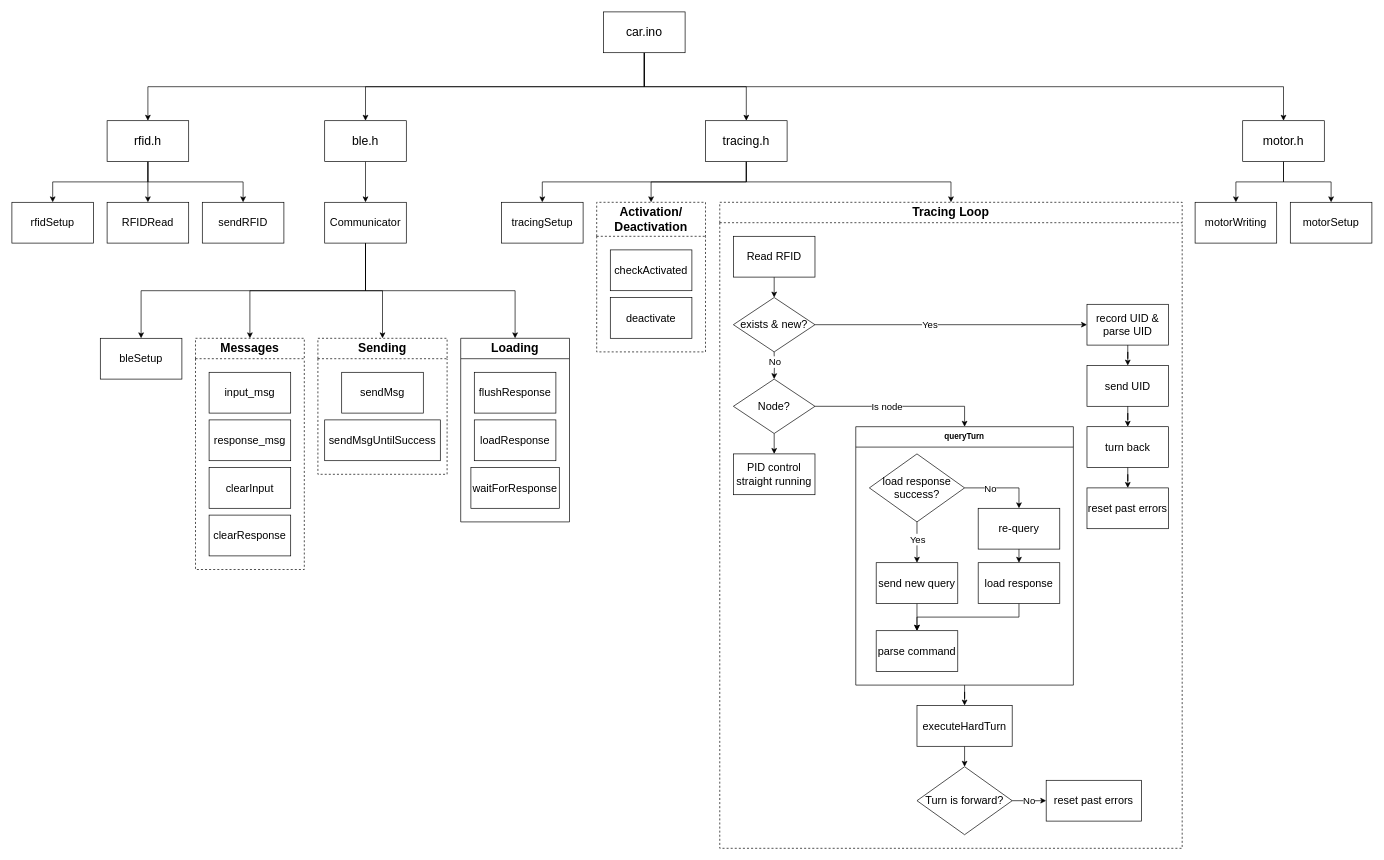
This is carcar_architecture_arduino.drawio from yeeeeeeting/CarcarCodes, a draw.io file, before an edit. Source tidied: cells renumbered, new cells numbered last; positions are measured from the earlier drawing's top-left corner, leaving out a move shared by most shapes. Both pictures are drawn from the tidied source at 68%, with x=0, y=0 at pixel (12, 12).
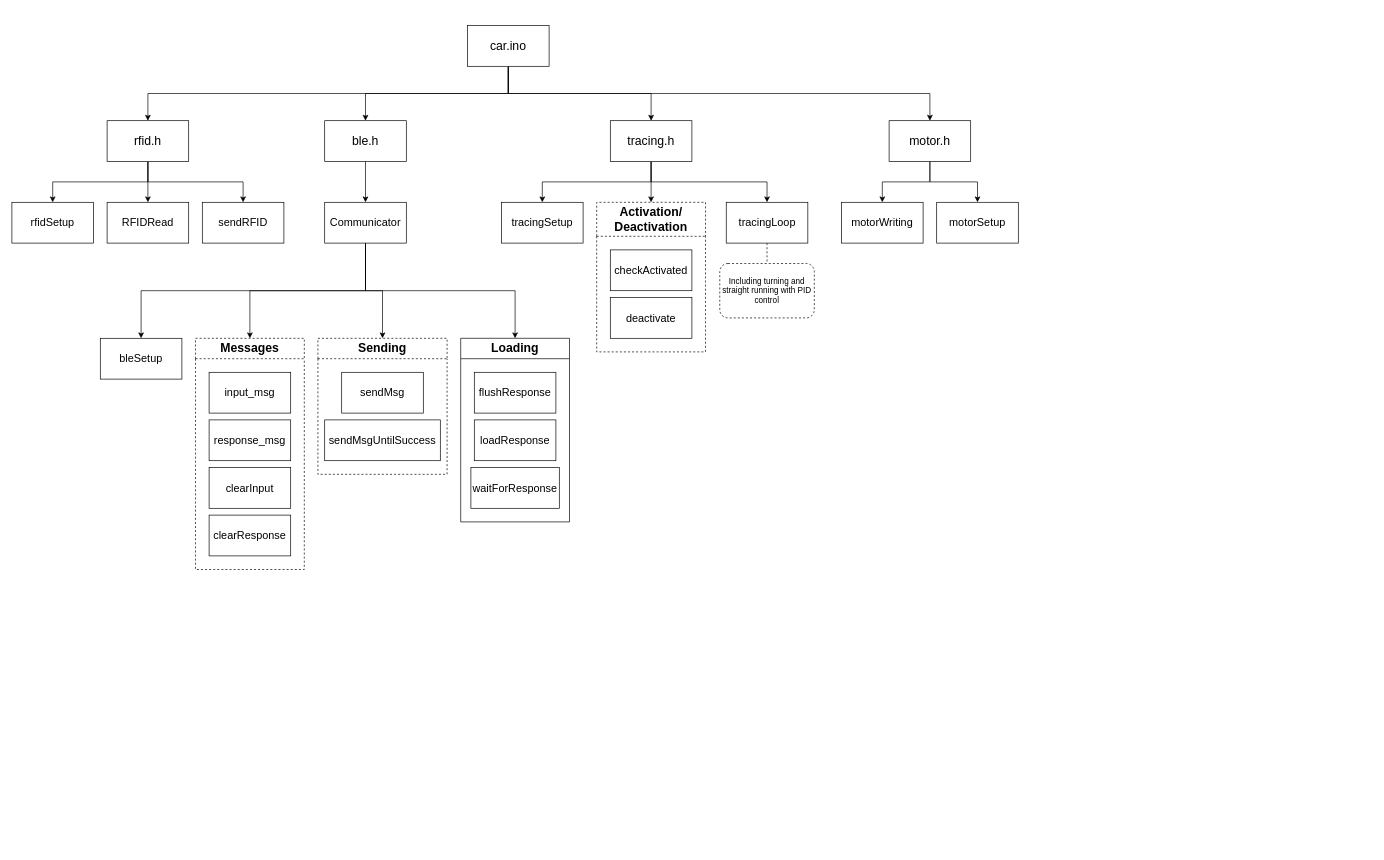
After the change.

The edit, as a diff of the source:
```diff
@@
     <mxCell id="11" value="&lt;font style=&quot;font-size: 18px;&quot;&gt;motor.h&lt;/font&gt;" style="rounded=0;whiteSpace=wrap;html=1;" parent="1" vertex="1">
-      <mxGeometry x="1810" y="160" width="120" height="60" as="geometry" />
+      <mxGeometry x="1290" y="160" width="120" height="60" as="geometry" />
     </mxCell>
     <mxCell id="12" value="&lt;span style=&quot;font-size: 16px;&quot;&gt;motorWriting&lt;/span&gt;" style="rounded=0;whiteSpace=wrap;html=1;" parent="1" vertex="1">
-      <mxGeometry x="1740" y="280" width="120" height="60" as="geometry" />
+      <mxGeometry x="1220" y="280" width="120" height="60" as="geometry" />
     </mxCell>
     <mxCell id="13" value="&lt;span style=&quot;font-size: 16px;&quot;&gt;motorSetup&lt;/span&gt;" style="rounded=0;whiteSpace=wrap;html=1;" parent="1" vertex="1">
-      <mxGeometry x="1880" y="280" width="120" height="60" as="geometry" />
+      <mxGeometry x="1360" y="280" width="120" height="60" as="geometry" />
     </mxCell>
@@
-    <mxCell id="24" style="edgeStyle=orthogonalEdgeStyle;rounded=0;jettySize=auto;html=1;exitX=0.5;exitY=1;exitDx=0;exitDy=0;entryX=0.5;entryY=0;entryDx=0;entryDy=0;" parent="1" edge="1" source="25" target="41">
+    <mxCell id="24" style="edgeStyle=orthogonalEdgeStyle;rounded=0;jettySize=auto;html=1;exitX=0.5;exitY=1;exitDx=0;exitDy=0;entryX=0.5;entryY=0;entryDx=0;entryDy=0;" parent="1" edge="1" source="25" target="88">
       <mxGeometry relative="1" as="geometry" />
     </mxCell>
     <mxCell id="25" value="&lt;span style=&quot;font-size: 18px;&quot;&gt;tracing.h&lt;/span&gt;" style="rounded=0;whiteSpace=wrap;html=1;" parent="1" vertex="1">
-      <mxGeometry x="1020" y="160" width="120" height="60" as="geometry" />
+      <mxGeometry x="880" y="160" width="120" height="60" as="geometry" />
     </mxCell>
@@
-    <mxCell id="41" value="&lt;font&gt;Tracing Loop&lt;/font&gt;" style="swimlane;whiteSpace=wrap;html=1;startSize=30;dashed=1;fontSize=18;" parent="1" vertex="1">
-      <mxGeometry x="1041" y="280" width="680" height="950" as="geometry" />
-    </mxCell>
-    <mxCell id="42" style="edgeStyle=orthogonalEdgeStyle;rounded=0;jettySize=auto;html=1;exitX=0.5;exitY=1;exitDx=0;exitDy=0;entryX=0.5;entryY=0;entryDx=0;entryDy=0;" parent="41" edge="1" source="43" target="46">
-      <mxGeometry relative="1" as="geometry" />
-    </mxCell>
-    <mxCell id="43" value="&lt;span style=&quot;font-size: 16px;&quot;&gt;Read RFID&lt;/span&gt;" style="rounded=0;whiteSpace=wrap;html=1;" parent="41" vertex="1">
-      <mxGeometry x="20" y="50" width="120" height="60" as="geometry" />
-    </mxCell>
-    <mxCell id="44" style="edgeStyle=orthogonalEdgeStyle;rounded=0;orthogonalLoop=1;jettySize=auto;html=1;" parent="41" edge="1">
-      <mxGeometry relative="1" as="geometry">
-        <mxPoint x="79.9" y="220" as="sourcePoint" />
-        <mxPoint x="79.9" y="260" as="targetPoint" />
-      </mxGeometry>
-    </mxCell>
-    <mxCell id="45" value="&lt;font style=&quot;font-size: 14px;&quot;&gt;No&lt;/font&gt;" style="edgeLabel;html=1;align=center;verticalAlign=middle;" parent="44" vertex="1">
-      <mxGeometry x="-0.63" relative="1" as="geometry">
-        <mxPoint y="7" as="offset" />
-      </mxGeometry>
-    </mxCell>
-    <mxCell id="46" value="&lt;font style=&quot;font-size: 16px;&quot;&gt;exists &amp;amp; new?&lt;/font&gt;" style="rhombus;whiteSpace=wrap;html=1;" parent="41" vertex="1">
-      <mxGeometry x="20" y="140" width="120" height="80" as="geometry" />
-    </mxCell>
-    <mxCell id="47" style="edgeStyle=orthogonalEdgeStyle;rounded=0;jettySize=auto;html=1;entryX=0.5;entryY=0;entryDx=0;entryDy=0;" parent="41" edge="1" source="50" target="51">
-      <mxGeometry relative="1" as="geometry" />
-    </mxCell>
-    <mxCell id="48" value="&lt;font style=&quot;font-size: 14px;&quot;&gt;Is node&lt;/font&gt;" style="edgeLabel;html=1;align=center;verticalAlign=middle;" parent="47" vertex="1">
-      <mxGeometry x="0.38" y="3" relative="1" as="geometry">
-        <mxPoint x="-68" y="3" as="offset" />
-      </mxGeometry>
-    </mxCell>
-    <mxCell id="49" style="edgeStyle=orthogonalEdgeStyle;rounded=0;jettySize=auto;html=1;exitX=0.5;exitY=1;exitDx=0;exitDy=0;entryX=0.5;entryY=0;entryDx=0;entryDy=0;" parent="41" edge="1" source="50" target="80">
-      <mxGeometry relative="1" as="geometry" />
-    </mxCell>
-    <mxCell id="50" value="&lt;font style=&quot;font-size: 16px;&quot;&gt;Node?&lt;/font&gt;" style="rhombus;whiteSpace=wrap;html=1;" parent="41" vertex="1">
-      <mxGeometry x="20" y="260" width="120" height="80" as="geometry" />
-    </mxCell>
-    <mxCell id="51" value="queryTurn" style="swimlane;whiteSpace=wrap;html=1;startSize=30;" parent="41" vertex="1">
-      <mxGeometry x="200" y="330" width="320" height="380" as="geometry" />
-    </mxCell>
-    <mxCell id="52" style="edgeStyle=orthogonalEdgeStyle;rounded=0;jettySize=auto;html=1;exitX=0.5;exitY=1;exitDx=0;exitDy=0;entryX=0.5;entryY=0;entryDx=0;entryDy=0;" parent="51" edge="1" source="53" target="63">
-      <mxGeometry relative="1" as="geometry" />
-    </mxCell>
-    <mxCell id="53" value="load response" style="whiteSpace=wrap;html=1;fontSize=16;" parent="51" vertex="1">
-      <mxGeometry x="180" y="200" width="120" height="60" as="geometry" />
-    </mxCell>
-    <mxCell id="54" style="edgeStyle=orthogonalEdgeStyle;rounded=0;jettySize=auto;html=1;exitX=1;exitY=0.5;exitDx=0;exitDy=0;entryX=0.5;entryY=0;entryDx=0;entryDy=0;" parent="51" edge="1" source="58" target="60">
-      <mxGeometry relative="1" as="geometry" />
-    </mxCell>
-    <mxCell id="55" value="No" style="edgeLabel;html=1;align=center;verticalAlign=middle;fontSize=14;" parent="54" vertex="1">
-      <mxGeometry x="-0.32" y="-2" relative="1" as="geometry">
-        <mxPoint y="-2" as="offset" />
-      </mxGeometry>
-    </mxCell>
-    <mxCell id="56" style="edgeStyle=orthogonalEdgeStyle;rounded=0;jettySize=auto;html=1;exitX=0.5;exitY=1;exitDx=0;exitDy=0;entryX=0.5;entryY=0;entryDx=0;entryDy=0;" parent="51" edge="1" source="58" target="62">
-      <mxGeometry relative="1" as="geometry" />
-    </mxCell>
-    <mxCell id="57" value="Yes" style="edgeLabel;html=1;align=center;verticalAlign=middle;fontSize=14;" parent="56" vertex="1">
-      <mxGeometry x="-0.54" relative="1" as="geometry">
-        <mxPoint y="11" as="offset" />
-      </mxGeometry>
-    </mxCell>
-    <mxCell id="58" value="&lt;span style=&quot;font-size: 16px;&quot;&gt;load response&lt;br&gt;success?&lt;/span&gt;" style="rhombus;whiteSpace=wrap;html=1;" parent="51" vertex="1">
-      <mxGeometry x="20" y="40" width="140" height="100" as="geometry" />
-    </mxCell>
-    <mxCell id="59" style="edgeStyle=orthogonalEdgeStyle;rounded=0;jettySize=auto;html=1;exitX=0.5;exitY=1;exitDx=0;exitDy=0;entryX=0.5;entryY=0;entryDx=0;entryDy=0;" parent="51" edge="1" source="60" target="53">
-      <mxGeometry relative="1" as="geometry" />
-    </mxCell>
-    <mxCell id="60" value="re-query" style="whiteSpace=wrap;html=1;fontSize=16;" parent="51" vertex="1">
-      <mxGeometry x="180" y="120" width="120" height="60" as="geometry" />
-    </mxCell>
-    <mxCell id="61" style="edgeStyle=orthogonalEdgeStyle;rounded=0;jettySize=auto;html=1;exitX=0.5;exitY=1;exitDx=0;exitDy=0;entryX=0.5;entryY=0;entryDx=0;entryDy=0;" parent="51" edge="1" source="62" target="63">
-      <mxGeometry relative="1" as="geometry" />
-    </mxCell>
-    <mxCell id="62" value="send new query" style="whiteSpace=wrap;html=1;fontSize=16;" parent="51" vertex="1">
-      <mxGeometry x="30" y="200" width="120" height="60" as="geometry" />
-    </mxCell>
-    <mxCell id="63" value="parse command" style="whiteSpace=wrap;html=1;fontSize=16;" parent="51" vertex="1">
-      <mxGeometry x="30" y="300" width="120" height="60" as="geometry" />
-    </mxCell>
-    <mxCell id="64" value="record UID &amp;amp;&lt;br&gt;parse UID" style="whiteSpace=wrap;html=1;fontSize=16;" parent="41" vertex="1">
-      <mxGeometry x="540" y="150" width="120" height="60" as="geometry" />
-    </mxCell>
-    <mxCell id="65" value="send UID" style="whiteSpace=wrap;html=1;fontSize=16;" parent="41" vertex="1">
-      <mxGeometry x="540" y="240" width="120" height="60" as="geometry" />
-    </mxCell>
-    <mxCell id="66" value="turn back" style="whiteSpace=wrap;html=1;fontSize=16;" parent="41" vertex="1">
-      <mxGeometry x="540" y="330" width="120" height="60" as="geometry" />
-    </mxCell>
-    <mxCell id="67" value="reset past errors" style="whiteSpace=wrap;html=1;fontSize=16;" parent="41" vertex="1">
-      <mxGeometry x="540" y="420" width="120" height="60" as="geometry" />
-    </mxCell>
-    <mxCell id="68" style="edgeStyle=orthogonalEdgeStyle;rounded=0;jettySize=auto;html=1;" parent="41" edge="1" source="46" target="64">
-      <mxGeometry relative="1" as="geometry" />
-    </mxCell>
-    <mxCell id="69" value="Yes" style="edgeLabel;html=1;align=center;verticalAlign=middle;fontSize=14;" parent="68" vertex="1">
-      <mxGeometry x="-0.16" y="1" relative="1" as="geometry" />
-    </mxCell>
-    <mxCell id="70" style="edgeStyle=orthogonalEdgeStyle;rounded=0;jettySize=auto;html=1;" parent="41" edge="1" source="64" target="65">
-      <mxGeometry relative="1" as="geometry" />
-    </mxCell>
-    <mxCell id="71" style="edgeStyle=orthogonalEdgeStyle;rounded=0;jettySize=auto;html=1;" parent="41" edge="1" source="65" target="66">
-      <mxGeometry relative="1" as="geometry" />
-    </mxCell>
-    <mxCell id="72" style="edgeStyle=orthogonalEdgeStyle;rounded=0;jettySize=auto;html=1;" parent="41" edge="1" source="66" target="67">
-      <mxGeometry relative="1" as="geometry" />
-    </mxCell>
-    <mxCell id="73" style="edgeStyle=orthogonalEdgeStyle;rounded=0;jettySize=auto;html=1;exitX=0.5;exitY=1;exitDx=0;exitDy=0;entryX=0.5;entryY=0;entryDx=0;entryDy=0;" parent="41" edge="1" source="74" target="78">
-      <mxGeometry relative="1" as="geometry" />
-    </mxCell>
-    <mxCell id="74" value="executeHardTurn" style="whiteSpace=wrap;html=1;fontStyle=0;startSize=23;fontSize=16;" parent="41" vertex="1">
-      <mxGeometry x="290" y="740" width="140" height="60" as="geometry" />
-    </mxCell>
-    <mxCell id="75" style="edgeStyle=orthogonalEdgeStyle;rounded=0;jettySize=auto;html=1;" parent="41" edge="1" source="51" target="74">
-      <mxGeometry relative="1" as="geometry" />
-    </mxCell>
-    <mxCell id="76" style="edgeStyle=orthogonalEdgeStyle;rounded=0;jettySize=auto;html=1;exitX=1;exitY=0.5;exitDx=0;exitDy=0;entryX=0;entryY=0.5;entryDx=0;entryDy=0;" parent="41" edge="1" source="78" target="79">
-      <mxGeometry relative="1" as="geometry" />
-    </mxCell>
-    <mxCell id="77" value="No" style="edgeLabel;html=1;align=center;verticalAlign=middle;fontSize=14;" parent="76" vertex="1">
-      <mxGeometry x="-0.2" y="-1" relative="1" as="geometry">
-        <mxPoint x="4" y="-1" as="offset" />
-      </mxGeometry>
-    </mxCell>
-    <mxCell id="78" value="&lt;span style=&quot;font-size: 16px;&quot;&gt;Turn is forward?&lt;/span&gt;" style="rhombus;whiteSpace=wrap;html=1;" parent="41" vertex="1">
-      <mxGeometry x="290" y="830" width="140" height="100" as="geometry" />
-    </mxCell>
-    <mxCell id="79" value="reset past errors" style="whiteSpace=wrap;html=1;fontStyle=0;startSize=23;fontSize=16;" parent="41" vertex="1">
-      <mxGeometry x="480" y="850" width="140" height="60" as="geometry" />
-    </mxCell>
-    <mxCell id="80" value="PID control&lt;br&gt;straight running" style="whiteSpace=wrap;html=1;fontStyle=0;startSize=23;fontSize=16;" parent="41" vertex="1">
-      <mxGeometry x="20" y="370" width="120" height="60" as="geometry" />
-    </mxCell>
@@
     <mxCell id="86" value="&lt;span style=&quot;font-size: 18px;&quot;&gt;car.ino&lt;/span&gt;" style="rounded=0;whiteSpace=wrap;html=1;" parent="1" vertex="1">
-      <mxGeometry x="870" width="120" height="60" as="geometry" />
+      <mxGeometry x="670" y="20" width="120" height="60" as="geometry" />
     </mxCell>
+    <mxCell id="87" style="edgeStyle=orthogonalEdgeStyle;rounded=0;jettySize=auto;html=1;entryX=0.5;entryY=0;entryDx=0;entryDy=0;exitX=0.5;exitY=1;exitDx=0;exitDy=0;endArrow=none;endFill=0;dashed=1;" parent="1" edge="1" source="88" target="89">
+      <mxGeometry relative="1" as="geometry" />
+    </mxCell>
+    <mxCell id="88" value="&lt;span style=&quot;font-size: 16px;&quot;&gt;tracingLoop&lt;/span&gt;" style="rounded=0;whiteSpace=wrap;html=1;" parent="1" vertex="1">
+      <mxGeometry x="1050.5" y="280" width="120" height="60" as="geometry" />
+    </mxCell>
+    <mxCell id="89" value="Including turning and straight running with PID control" style="rounded=1;whiteSpace=wrap;html=1;dashed=1;" parent="1" vertex="1">
+      <mxGeometry x="1041" y="370" width="139" height="80" as="geometry" />
+    </mxCell>
```
